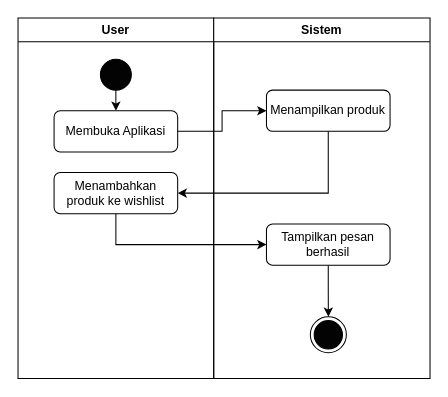
The draw.io diagram User Notification.drawio in rizalpahlevii/activity-diagram, before the edit. Source tidied: cells renumbered, new cells numbered last; positions are measured from the earlier drawing's top-left corner, leaving out a move shared by most shapes. Both pictures are drawn from the tidied source at 103%, with x=0, y=0 at pixel (18, 18).
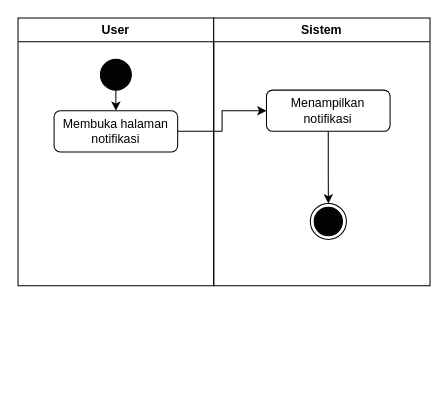
The same diagram, later.

The edit, as a diff of the source:
```diff
@@
-<mxGraphModel>
+<mxGraphModel background="#ffffff">
   <root>
     <mxCell id="0" />
     <mxCell id="1" parent="0" />
     <mxCell id="2" value="User" style="swimlane;whiteSpace=wrap;html=1;" parent="1" vertex="1">
-      <mxGeometry width="190" height="350" as="geometry" />
+      <mxGeometry width="190" height="260" as="geometry" />
     </mxCell>
     <mxCell id="3" style="edgeStyle=orthogonalEdgeStyle;rounded=0;jettySize=auto;html=1;exitX=0.5;exitY=1;exitDx=0;exitDy=0;entryX=0.5;entryY=0;entryDx=0;entryDy=0;" parent="2" edge="1" source="4" target="5">
       <mxGeometry relative="1" as="geometry" />
     </mxCell>
     <mxCell id="4" style="ellipse;whiteSpace=wrap;html=1;fillColor=#030303;" parent="2" vertex="1">
       <mxGeometry x="80" y="40" width="30" height="30" as="geometry" />
     </mxCell>
-    <mxCell id="5" value="Membuka Aplikasi" style="rounded=1;whiteSpace=wrap;html=1;" parent="2" vertex="1">
+    <mxCell id="5" value="Membuka halaman notifikasi" style="rounded=1;whiteSpace=wrap;html=1;" parent="2" vertex="1">
       <mxGeometry x="35" y="90" width="120" height="40" as="geometry" />
     </mxCell>
-    <mxCell id="6" value="Menambahkan produk ke wishlist" style="rounded=1;whiteSpace=wrap;html=1;" parent="2" vertex="1">
-      <mxGeometry x="35" y="150" width="120" height="40" as="geometry" />
-    </mxCell>
     <mxCell id="7" value="Sistem" style="swimlane;whiteSpace=wrap;html=1;" parent="1" vertex="1">
-      <mxGeometry x="190" width="210" height="350" as="geometry" />
+      <mxGeometry x="190" width="210" height="260" as="geometry" />
     </mxCell>
-    <mxCell id="8" value="Menampilkan produk" style="rounded=1;whiteSpace=wrap;html=1;" parent="7" vertex="1">
+    <mxCell id="8" value="Menampilkan notifikasi" style="rounded=1;whiteSpace=wrap;html=1;" parent="7" vertex="1">
       <mxGeometry x="51.2" y="70" width="120" height="40" as="geometry" />
     </mxCell>
     <mxCell id="9" style="edgeStyle=orthogonalEdgeStyle;rounded=0;orthogonalLoop=1;jettySize=auto;html=1;exitX=0.5;exitY=1;exitDx=0;exitDy=0;entryX=0.5;entryY=0;entryDx=0;entryDy=0;" parent="7" edge="1">
       <mxGeometry relative="1" as="geometry">
         <mxPoint x="163.8" y="220" as="sourcePoint" />
       </mxGeometry>
     </mxCell>
-    <mxCell id="10" style="edgeStyle=orthogonalEdgeStyle;rounded=0;jettySize=auto;html=1;exitX=0.5;exitY=1;exitDx=0;exitDy=0;" parent="7" edge="1" source="11" target="12">
+    <mxCell id="10" style="edgeStyle=orthogonalEdgeStyle;rounded=0;jettySize=auto;html=1;" parent="7" edge="1" source="8" target="12">
       <mxGeometry relative="1" as="geometry" />
     </mxCell>
-    <mxCell id="11" value="Tampilkan pesan berhasil" style="rounded=1;whiteSpace=wrap;html=1;" parent="7" vertex="1">
-      <mxGeometry x="51.2" y="200" width="120" height="40" as="geometry" />
-    </mxCell>
     <mxCell id="12" style="ellipse;whiteSpace=wrap;html=1;gradientColor=none;strokeColor=default;strokeWidth=1;" parent="7" vertex="1">
-      <mxGeometry x="93.8" y="290" width="35" height="35" as="geometry" />
+      <mxGeometry x="93.8" y="180" width="35" height="35" as="geometry" />
     </mxCell>
     <mxCell id="13" style="ellipse;whiteSpace=wrap;html=1;fillColor=#030303;" parent="7" vertex="1">
-      <mxGeometry x="97.5" y="293.8" width="27.5" height="27.5" as="geometry" />
+      <mxGeometry x="97.5" y="183.8" width="27.5" height="27.5" as="geometry" />
     </mxCell>
     <mxCell id="14" style="edgeStyle=orthogonalEdgeStyle;rounded=0;jettySize=auto;html=1;exitX=1;exitY=0.5;exitDx=0;exitDy=0;entryX=0;entryY=0.5;entryDx=0;entryDy=0;" parent="1" edge="1" source="5" target="8">
       <mxGeometry relative="1" as="geometry" />
     </mxCell>
-    <mxCell id="15" style="edgeStyle=orthogonalEdgeStyle;rounded=0;jettySize=auto;html=1;exitX=0.5;exitY=1;exitDx=0;exitDy=0;entryX=1;entryY=0.5;entryDx=0;entryDy=0;" parent="1" edge="1" source="8" target="6">
-      <mxGeometry relative="1" as="geometry" />
-    </mxCell>
-    <mxCell id="16" style="edgeStyle=orthogonalEdgeStyle;rounded=0;jettySize=auto;html=1;exitX=0.5;exitY=1;exitDx=0;exitDy=0;entryX=0;entryY=0.5;entryDx=0;entryDy=0;" parent="1" edge="1" source="6" target="11">
-      <mxGeometry relative="1" as="geometry" />
-    </mxCell>
   </root>
 </mxGraphModel>
```
